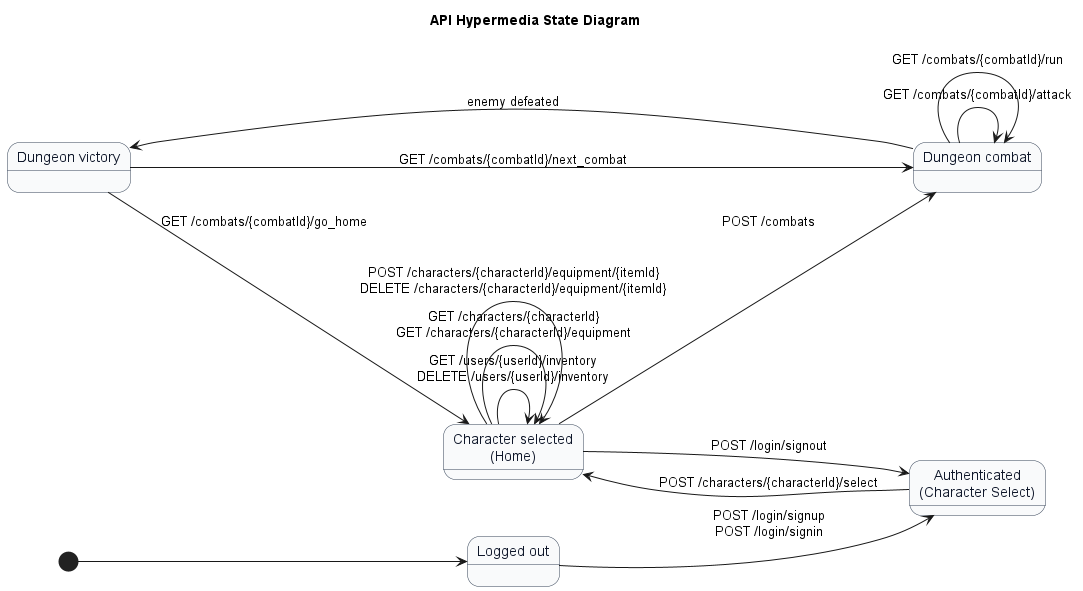
Above: docs/hypermedia-state.png in cyborgwalrus/dungeons-and-databases (PlantUML), before the change. The source it was exported from:
```plantuml
@startuml hypermedia-state
title API Hypermedia State Diagram
left to right direction
skinparam shadowing false
skinparam state {
  BackgroundColor #F9FAFB
  BorderColor #334155
  FontColor #0F172A
}

state "Logged out" as logged_out
state "Authenticated\n(Character Select)" as authenticated
state "Character selected\n(Home)" as home
state "Dungeon combat" as combat
state "Dungeon victory" as victory

[*] --> logged_out

logged_out --> authenticated : POST /login/signup\nPOST /login/signin
authenticated --> home : POST /characters/{characterId}/select

home --> combat : POST /combats
home --> authenticated : POST /login/signout
home --> home : GET /users/{userId}/inventory\nDELETE /users/{userId}/inventory
home --> home : GET /characters/{characterId}\nGET /characters/{characterId}/equipment
home --> home : POST /characters/{characterId}/equipment/{itemId}\nDELETE /characters/{characterId}/equipment/{itemId}

combat --> combat : GET /combats/{combatId}/attack
combat --> combat : GET /combats/{combatId}/run
combat --> victory : enemy defeated
victory -> combat : GET /combats/{combatId}/next_combat
victory --> home : GET /combats/{combatId}/go_home

@enduml
```
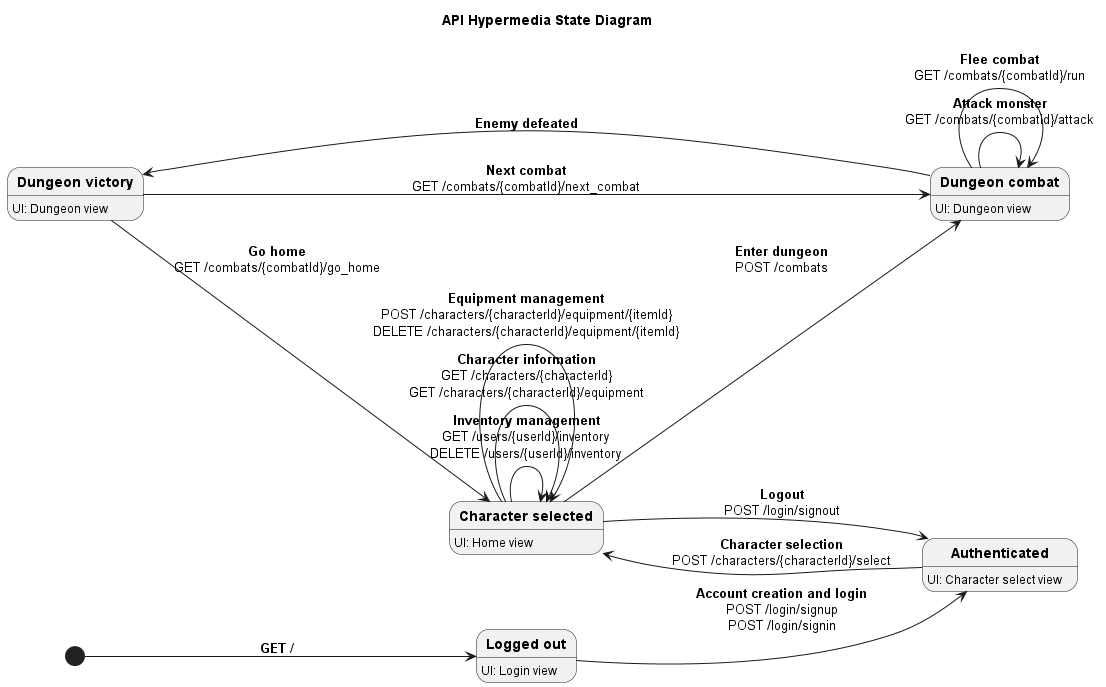
The same file after the commit.

What changed in the source:
```diff
@@ -2,33 +2,28 @@
 title API Hypermedia State Diagram
 left to right direction
 skinparam shadowing false
-skinparam state {
-  BackgroundColor #F9FAFB
-  BorderColor #334155
-  FontColor #0F172A
-}
 
-state "Logged out" as logged_out
-state "Authenticated\n(Character Select)" as authenticated
-state "Character selected\n(Home)" as home
-state "Dungeon combat" as combat
-state "Dungeon victory" as victory
+state "**Logged out**" as logged_out: UI: Login view
+state "**Authenticated**" as authenticated: UI: Character select view
+state "**Character selected**" as home: UI: Home view
+state "**Dungeon combat**" as combat: UI: Dungeon view
+state "**Dungeon victory**" as victory: UI: Dungeon view
 
-[*] --> logged_out
+[*] --> logged_out: **GET /**
 
-logged_out --> authenticated : POST /login/signup\nPOST /login/signin
-authenticated --> home : POST /characters/{characterId}/select
+logged_out --> authenticated : **Account creation and login**\nPOST /login/signup\nPOST /login/signin
+authenticated --> home : **Character selection**\nPOST /characters/{characterId}/select
 
-home --> combat : POST /combats
-home --> authenticated : POST /login/signout
-home --> home : GET /users/{userId}/inventory\nDELETE /users/{userId}/inventory
-home --> home : GET /characters/{characterId}\nGET /characters/{characterId}/equipment
-home --> home : POST /characters/{characterId}/equipment/{itemId}\nDELETE /characters/{characterId}/equipment/{itemId}
+home --> combat : **Enter dungeon**\nPOST /combats
+home --> authenticated : **Logout**\nPOST /login/signout
+home --> home : **Inventory management**\nGET /users/{userId}/inventory\nDELETE /users/{userId}/inventory
+home --> home : **Character information**\nGET /characters/{characterId}\nGET /characters/{characterId}/equipment
+home --> home : **Equipment management**\nPOST /characters/{characterId}/equipment/{itemId}\nDELETE /characters/{characterId}/equipment/{itemId}
 
-combat --> combat : GET /combats/{combatId}/attack
-combat --> combat : GET /combats/{combatId}/run
-combat --> victory : enemy defeated
-victory -> combat : GET /combats/{combatId}/next_combat
-victory --> home : GET /combats/{combatId}/go_home
+combat --> combat : **Attack monster**\nGET /combats/{combatId}/attack
+combat --> combat : **Flee combat**\nGET /combats/{combatId}/run
+combat --> victory : **Enemy defeated**
+victory -> combat : **Next combat**\nGET /combats/{combatId}/next_combat
+victory --> home : **Go home**\nGET /combats/{combatId}/go_home
 
 @enduml
```
